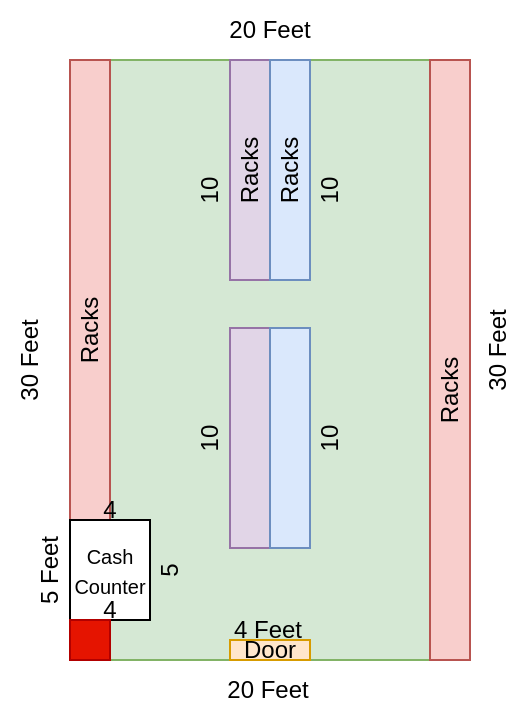
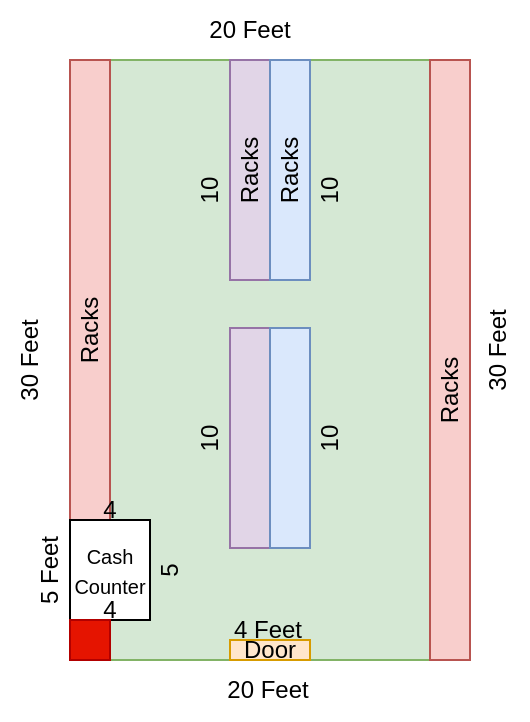
<mxfile host="app.diagrams.net">
  <diagram name="Page-1" id="zG6hiOXuOmAUIq7qCYwK">
    <mxGraphModel dx="651" dy="364" grid="1" gridSize="10" guides="1" tooltips="1" connect="1" arrows="1" fold="1" page="1" pageScale="1" pageWidth="827" pageHeight="1169" math="0" shadow="0">
      <root>
        <mxCell id="0" />
        <mxCell id="1" parent="0" />
        <mxCell id="E7O0KfWV2V88D2bBGpZ0-1" parent="1" style="whiteSpace=wrap;html=1;fillColor=#d5e8d4;strokeColor=#82b366;" value="" vertex="1">
          <mxGeometry height="300" width="200" x="230" y="170" as="geometry" />
        </mxCell>
        <mxCell id="E7O0KfWV2V88D2bBGpZ0-2" parent="1" style="whiteSpace=wrap;html=1;fillColor=#f8cecc;strokeColor=#b85450;" value="" vertex="1">
          <mxGeometry height="230" width="20" x="230" y="170" as="geometry" />
        </mxCell>
        <mxCell id="E7O0KfWV2V88D2bBGpZ0-3" parent="1" style="whiteSpace=wrap;html=1;fillColor=#f8cecc;strokeColor=#b85450;" value="" vertex="1">
          <mxGeometry height="300" width="20" x="410" y="170" as="geometry" />
        </mxCell>
        <mxCell id="E7O0KfWV2V88D2bBGpZ0-4" parent="1" style="whiteSpace=wrap;html=1;fillColor=#e1d5e7;strokeColor=#9673a6;" value="" vertex="1">
          <mxGeometry height="110" width="20" x="310" y="170" as="geometry" />
        </mxCell>
        <mxCell id="E7O0KfWV2V88D2bBGpZ0-5" parent="1" style="whiteSpace=wrap;html=1;fillColor=#dae8fc;strokeColor=#6c8ebf;" value="" vertex="1">
          <mxGeometry height="110" width="20" x="330" y="170" as="geometry" />
        </mxCell>
        <mxCell id="E7O0KfWV2V88D2bBGpZ0-6" parent="1" style="whiteSpace=wrap;html=1;" value="&lt;font style=&quot;font-size: 10px;&quot;&gt;Cash&lt;/font&gt;&lt;div&gt;&lt;font style=&quot;font-size: 10px;&quot;&gt;Counter&lt;/font&gt;&lt;/div&gt;" vertex="1">
          <mxGeometry height="50" width="40" x="230" y="400" as="geometry" />
        </mxCell>
        <mxCell id="E7O0KfWV2V88D2bBGpZ0-7" parent="1" style="text;html=1;whiteSpace=wrap;strokeColor=none;fillColor=none;align=center;verticalAlign=middle;rounded=0;rotation=270;" value="Racks" vertex="1">
          <mxGeometry height="30" width="60" x="310" y="210" as="geometry" />
        </mxCell>
        <mxCell id="E7O0KfWV2V88D2bBGpZ0-8" parent="1" style="text;html=1;whiteSpace=wrap;strokeColor=none;fillColor=none;align=center;verticalAlign=middle;rounded=0;rotation=270;" value="Racks" vertex="1">
          <mxGeometry height="30" width="60" x="390" y="320" as="geometry" />
        </mxCell>
        <mxCell id="E7O0KfWV2V88D2bBGpZ0-9" parent="1" style="text;html=1;whiteSpace=wrap;strokeColor=none;fillColor=none;align=center;verticalAlign=middle;rounded=0;rotation=270;" value="Racks" vertex="1">
          <mxGeometry height="30" width="60" x="290" y="210" as="geometry" />
        </mxCell>
        <mxCell id="E7O0KfWV2V88D2bBGpZ0-10" parent="1" style="text;html=1;whiteSpace=wrap;strokeColor=none;fillColor=none;align=center;verticalAlign=middle;rounded=0;rotation=270;" value="Racks" vertex="1">
          <mxGeometry height="30" width="60" x="210" y="290" as="geometry" />
        </mxCell>
        <mxCell id="E7O0KfWV2V88D2bBGpZ0-11" parent="1" style="text;html=1;whiteSpace=wrap;strokeColor=#d79b00;fillColor=#ffe6cc;align=center;verticalAlign=middle;rounded=0;" value="Door" vertex="1">
          <mxGeometry height="10" width="40" x="310" y="460" as="geometry" />
        </mxCell>
        <mxCell id="E7O0KfWV2V88D2bBGpZ0-12" parent="1" style="text;html=1;whiteSpace=wrap;strokeColor=none;fillColor=none;align=center;verticalAlign=middle;rounded=0;" value="20 Feet" vertex="1">
          <mxGeometry height="30" width="60" x="299" y="470" as="geometry" />
        </mxCell>
        <mxCell id="E7O0KfWV2V88D2bBGpZ0-13" parent="1" style="text;html=1;whiteSpace=wrap;strokeColor=none;fillColor=none;align=center;verticalAlign=middle;rounded=0;" value="20 Feet" vertex="1">
-           <mxGeometry height="30" width="60" x="300" y="140" as="geometry" />
+           <mxGeometry height="30" width="60" x="290" y="140" as="geometry" />
        </mxCell>
        <mxCell id="E7O0KfWV2V88D2bBGpZ0-14" parent="1" style="text;html=1;whiteSpace=wrap;strokeColor=none;fillColor=none;align=center;verticalAlign=middle;rounded=0;rotation=270;" value="30 Feet" vertex="1">
          <mxGeometry height="30" width="60" x="414" y="300" as="geometry" />
        </mxCell>
        <mxCell id="E7O0KfWV2V88D2bBGpZ0-15" parent="1" style="text;html=1;whiteSpace=wrap;strokeColor=none;fillColor=none;align=center;verticalAlign=middle;rounded=0;rotation=270;" value="30 Feet" vertex="1">
          <mxGeometry height="30" width="60" x="180" y="305" as="geometry" />
        </mxCell>
        <mxCell id="E7O0KfWV2V88D2bBGpZ0-18" parent="1" style="whiteSpace=wrap;html=1;fillColor=#e1d5e7;strokeColor=#9673a6;" value="" vertex="1">
          <mxGeometry height="110" width="20" x="310" y="304" as="geometry" />
        </mxCell>
        <mxCell id="E7O0KfWV2V88D2bBGpZ0-20" parent="1" style="whiteSpace=wrap;html=1;fillColor=#dae8fc;strokeColor=#6c8ebf;" value="" vertex="1">
          <mxGeometry height="110" width="20" x="330" y="304" as="geometry" />
        </mxCell>
        <mxCell id="E7O0KfWV2V88D2bBGpZ0-21" parent="1" style="text;html=1;whiteSpace=wrap;strokeColor=none;fillColor=none;align=center;verticalAlign=middle;rounded=0;" value="4 Feet" vertex="1">
          <mxGeometry height="10" width="50" x="304" y="450" as="geometry" />
        </mxCell>
        <mxCell id="E7O0KfWV2V88D2bBGpZ0-22" parent="1" style="whiteSpace=wrap;html=1;aspect=fixed;fillColor=#e51400;fontColor=#ffffff;strokeColor=#B20000;" value="" vertex="1">
          <mxGeometry height="20" width="20" x="230" y="450" as="geometry" />
        </mxCell>
        <mxCell id="E7O0KfWV2V88D2bBGpZ0-25" parent="1" style="text;html=1;whiteSpace=wrap;strokeColor=none;fillColor=none;align=center;verticalAlign=middle;rounded=0;rotation=270;" value="5 Feet" vertex="1">
          <mxGeometry height="10" width="40" x="200" y="420" as="geometry" />
        </mxCell>
        <mxCell id="E7O0KfWV2V88D2bBGpZ0-26" parent="1" style="text;html=1;whiteSpace=wrap;strokeColor=none;fillColor=none;align=center;verticalAlign=middle;rounded=0;" value="4" vertex="1">
          <mxGeometry height="10" width="20" x="240" y="440" as="geometry" />
        </mxCell>
        <mxCell id="E7O0KfWV2V88D2bBGpZ0-27" parent="1" style="text;html=1;whiteSpace=wrap;strokeColor=none;fillColor=none;align=center;verticalAlign=middle;rounded=0;" value="4" vertex="1">
          <mxGeometry height="10" width="20" x="240" y="390" as="geometry" />
        </mxCell>
        <mxCell id="E7O0KfWV2V88D2bBGpZ0-28" parent="1" style="text;html=1;whiteSpace=wrap;strokeColor=none;fillColor=none;align=center;verticalAlign=middle;rounded=0;rotation=270;" value="5" vertex="1">
          <mxGeometry height="10" width="20" x="270" y="420" as="geometry" />
        </mxCell>
        <mxCell id="E7O0KfWV2V88D2bBGpZ0-29" parent="1" style="text;html=1;whiteSpace=wrap;strokeColor=none;fillColor=none;align=center;verticalAlign=middle;rounded=0;rotation=270;" value="10" vertex="1">
          <mxGeometry height="10" width="20" x="290" y="230" as="geometry" />
        </mxCell>
        <mxCell id="E7O0KfWV2V88D2bBGpZ0-30" parent="1" style="text;html=1;whiteSpace=wrap;strokeColor=none;fillColor=none;align=center;verticalAlign=middle;rounded=0;rotation=270;" value="10" vertex="1">
          <mxGeometry height="10" width="20" x="350" y="230" as="geometry" />
        </mxCell>
        <mxCell id="E7O0KfWV2V88D2bBGpZ0-31" parent="1" style="text;html=1;whiteSpace=wrap;strokeColor=none;fillColor=none;align=center;verticalAlign=middle;rounded=0;rotation=270;" value="10" vertex="1">
          <mxGeometry height="10" width="20" x="290" y="354" as="geometry" />
        </mxCell>
        <mxCell id="E7O0KfWV2V88D2bBGpZ0-32" parent="1" style="text;html=1;whiteSpace=wrap;strokeColor=none;fillColor=none;align=center;verticalAlign=middle;rounded=0;rotation=270;" value="10" vertex="1">
          <mxGeometry height="10" width="20" x="350" y="354" as="geometry" />
        </mxCell>
      </root>
    </mxGraphModel>
  </diagram>
</mxfile>
